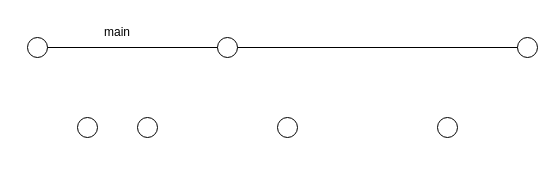
Before: BranchStrategy.drawio in surajnaik90/Architectures-Designs, a draw.io diagram. Source tidied: cells renumbered, new cells numbered last; positions are measured from the earlier drawing's top-left corner, leaving out a move shared by most shapes. Both pictures are drawn from the tidied source at 100%, with x=0, y=0 at pixel (27, 17).
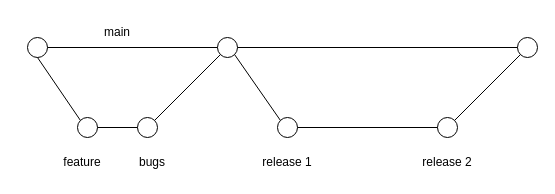
Above is the later version.

The change refers to these unchanged cells:
```xml
<mxCell id="2" style="ellipse;whiteSpace=wrap;html=1;" parent="1" vertex="1">
  <mxGeometry y="20" width="20" height="20" as="geometry" />
</mxCell>
<mxCell id="3" style="ellipse;whiteSpace=wrap;html=1;" parent="1" vertex="1">
  <mxGeometry x="190" y="20" width="20" height="20" as="geometry" />
</mxCell>
<mxCell id="4" style="ellipse;whiteSpace=wrap;html=1;" parent="1" vertex="1">
  <mxGeometry x="490" y="20" width="20" height="20" as="geometry" />
</mxCell>
<mxCell id="5" style="ellipse;whiteSpace=wrap;html=1;" parent="1" vertex="1">
  <mxGeometry x="50" y="100" width="20" height="20" as="geometry" />
</mxCell>
<mxCell id="6" style="ellipse;whiteSpace=wrap;html=1;" parent="1" vertex="1">
  <mxGeometry x="110" y="100" width="20" height="20" as="geometry" />
</mxCell>
<mxCell id="7" style="ellipse;whiteSpace=wrap;html=1;" parent="1" vertex="1">
  <mxGeometry x="250" y="100" width="20" height="20" as="geometry" />
</mxCell>
<mxCell id="8" style="ellipse;whiteSpace=wrap;html=1;" parent="1" vertex="1">
  <mxGeometry x="410" y="100" width="20" height="20" as="geometry" />
</mxCell>
```

What changed in the source:
```diff
@@
+    <mxCell id="12" style="endArrow=none;html=1;rounded=0;exitX=1;exitY=0.5;exitDx=0;exitDy=0;entryX=0;entryY=0.5;entryDx=0;entryDy=0;" parent="1" edge="1" source="5" target="6">
+      <mxGeometry relative="1" as="geometry" />
+    </mxCell>
+    <mxCell id="13" style="endArrow=none;html=1;rounded=0;entryX=0;entryY=0.5;entryDx=0;entryDy=0;exitX=1;exitY=0.5;exitDx=0;exitDy=0;" parent="1" edge="1" source="7" target="8">
+      <mxGeometry relative="1" as="geometry" />
+    </mxCell>
+    <mxCell id="14" style="endArrow=none;html=1;rounded=0;entryX=0;entryY=1;entryDx=0;entryDy=0;exitX=1;exitY=0;exitDx=0;exitDy=0;" parent="1" edge="1" source="6" target="3">
+      <mxGeometry relative="1" as="geometry" />
+    </mxCell>
+    <mxCell id="15" style="endArrow=none;html=1;rounded=0;entryX=0.5;entryY=1;entryDx=0;entryDy=0;exitX=0;exitY=0;exitDx=0;exitDy=0;" parent="1" edge="1" source="5" target="2">
+      <mxGeometry relative="1" as="geometry">
+        <Array as="points">
+          <mxPoint x="10" y="40" />
+        </Array>
+      </mxGeometry>
+    </mxCell>
+    <mxCell id="16" style="endArrow=none;html=1;rounded=0;entryX=1;entryY=1;entryDx=0;entryDy=0;exitX=0;exitY=0;exitDx=0;exitDy=0;" parent="1" edge="1" source="7" target="3">
+      <mxGeometry relative="1" as="geometry" />
+    </mxCell>
+    <mxCell id="17" style="endArrow=none;html=1;rounded=0;entryX=0;entryY=1;entryDx=0;entryDy=0;exitX=1;exitY=0;exitDx=0;exitDy=0;" parent="1" edge="1" source="8" target="4">
+      <mxGeometry relative="1" as="geometry" />
+    </mxCell>
+    <mxCell id="18" value="feature" style="text;html=1;strokeColor=none;fillColor=none;align=center;verticalAlign=middle;whiteSpace=wrap;rounded=0;" parent="1" vertex="1">
+      <mxGeometry x="-10" y="130" width="130" height="30" as="geometry" />
+    </mxCell>
+    <mxCell id="19" value="bugs" style="text;html=1;strokeColor=none;fillColor=none;align=center;verticalAlign=middle;whiteSpace=wrap;rounded=0;" parent="1" vertex="1">
+      <mxGeometry x="60" y="130" width="130" height="30" as="geometry" />
+    </mxCell>
+    <mxCell id="20" value="release 1" style="text;html=1;strokeColor=none;fillColor=none;align=center;verticalAlign=middle;whiteSpace=wrap;rounded=0;" parent="1" vertex="1">
+      <mxGeometry x="195" y="130" width="130" height="30" as="geometry" />
+    </mxCell>
+    <mxCell id="21" value="release 2" style="text;html=1;strokeColor=none;fillColor=none;align=center;verticalAlign=middle;whiteSpace=wrap;rounded=0;" parent="1" vertex="1">
+      <mxGeometry x="355" y="130" width="130" height="30" as="geometry" />
+    </mxCell>
```
